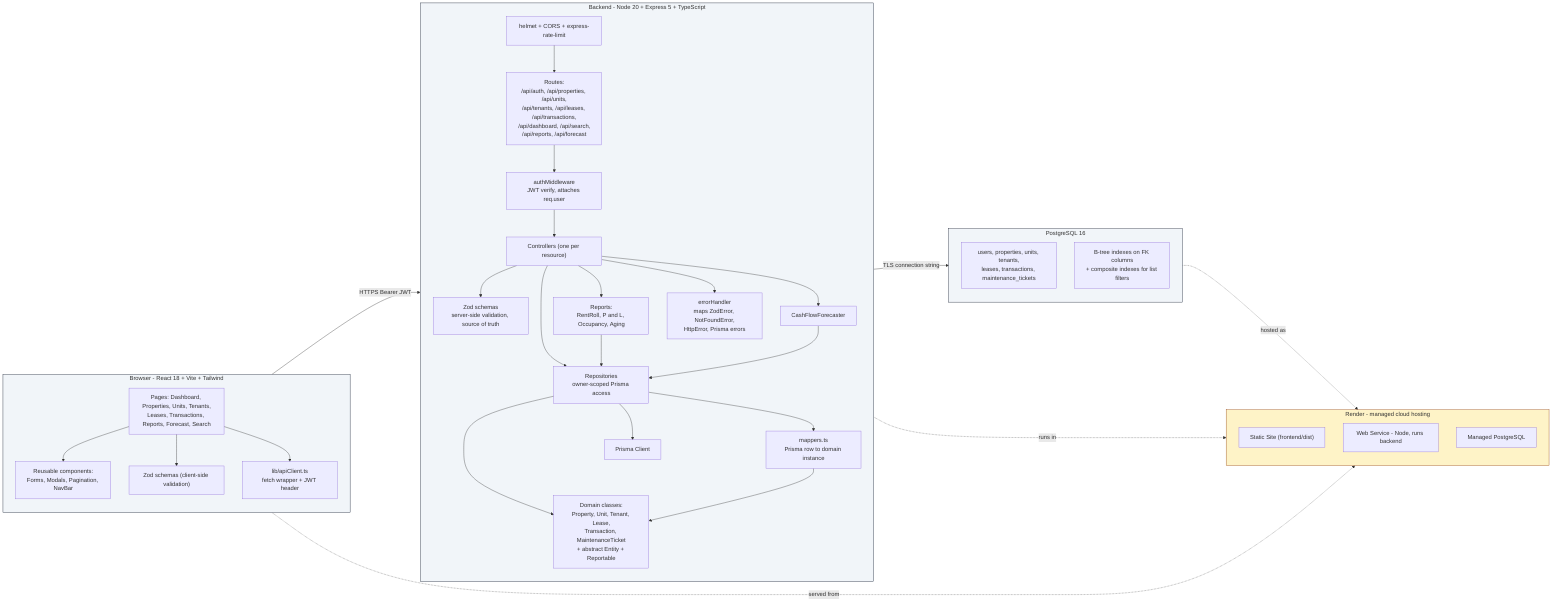
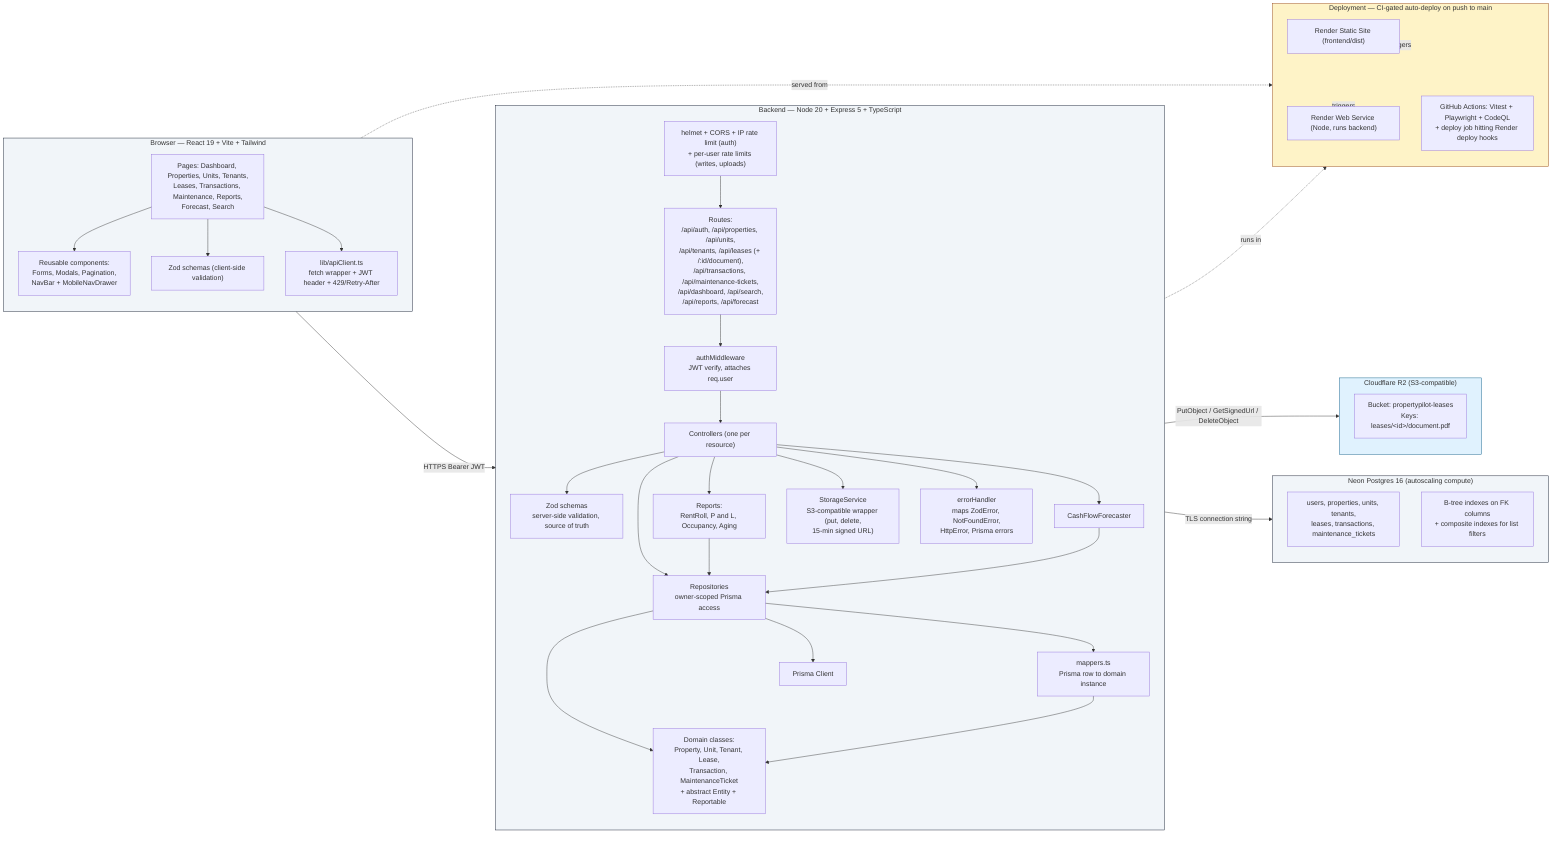
flowchart LR
-     %% PropertyPilot system architecture diagram (Task 3.C.1).
-     %% Three runtime tiers (browser, backend API, database) with the internal
-     %% backend layering and the Render hosting overlay.
+     %% PropertyPilot — system architecture.
+     %% Three runtime tiers (browser, backend API, database) plus the object
+     %% storage side-car and the deployed hosting overlay.

-     subgraph Browser["Browser - React 18 + Vite + Tailwind"]
+     subgraph Browser["Browser — React 19 + Vite + Tailwind"]
        direction TB
-         Pages["Pages: Dashboard, Properties, Units, Tenants,<br/>Leases, Transactions, Reports, Forecast, Search"]
-         Components["Reusable components:<br/>Forms, Modals, Pagination, NavBar"]
+         Pages["Pages: Dashboard, Properties, Units, Tenants,<br/>Leases, Transactions, Maintenance, Reports,<br/>Forecast, Search"]
+         Components["Reusable components:<br/>Forms, Modals, Pagination,<br/>NavBar + MobileNavDrawer"]
        ClientSchemas["Zod schemas (client-side validation)"]
-         ApiClient["lib/apiClient.ts<br/>fetch wrapper + JWT header"]
+         ApiClient["lib/apiClient.ts<br/>fetch wrapper + JWT header + 429/Retry-After"]
        Pages --> Components
        Pages --> ClientSchemas
        Pages --> ApiClient
    end

-     subgraph Backend["Backend - Node 20 + Express 5 + TypeScript"]
+     subgraph Backend["Backend — Node 20 + Express 5 + TypeScript"]
        direction TB
-         Helmet["helmet + CORS + express-rate-limit"]
-         Routes["Routes:<br/>/api/auth, /api/properties, /api/units,<br/>/api/tenants, /api/leases, /api/transactions,<br/>/api/dashboard, /api/search,<br/>/api/reports, /api/forecast"]
+         Guards["helmet + CORS + IP rate limit (auth)<br/>+ per-user rate limits (writes, uploads)"]
+         Routes["Routes:<br/>/api/auth, /api/properties, /api/units,<br/>/api/tenants, /api/leases (+ /:id/document),<br/>/api/transactions, /api/maintenance-tickets,<br/>/api/dashboard, /api/search,<br/>/api/reports, /api/forecast"]
        AuthMW["authMiddleware<br/>JWT verify, attaches req.user"]
        ServerSchemas["Zod schemas<br/>server-side validation, source of truth"]
        Controllers["Controllers (one per resource)"]
        Reports["Reports:<br/>RentRoll, P and L, Occupancy, Aging"]
        Forecast["CashFlowForecaster"]
        Repos["Repositories<br/>owner-scoped Prisma access"]
        Domain["Domain classes:<br/>Property, Unit, Tenant, Lease,<br/>Transaction, MaintenanceTicket<br/>+ abstract Entity + Reportable"]
        Mappers["mappers.ts<br/>Prisma row to domain instance"]
+         Storage["StorageService<br/>S3-compatible wrapper (put, delete,<br/>15-min signed URL)"]
        Errors["errorHandler<br/>maps ZodError, NotFoundError,<br/>HttpError, Prisma errors"]
        PrismaClient["Prisma Client"]

-         Helmet --> Routes
+         Guards --> Routes
        Routes --> AuthMW
        AuthMW --> Controllers
        Controllers --> ServerSchemas
        Controllers --> Repos
        Controllers --> Reports
        Controllers --> Forecast
+         Controllers --> Storage
        Reports --> Repos
        Forecast --> Repos
        Repos --> Mappers
        Repos --> Domain
        Repos --> PrismaClient
        Mappers --> Domain
        Controllers --> Errors
    end

-     subgraph Database["PostgreSQL 16"]
+     subgraph Database["Neon Postgres 16 (autoscaling compute)"]
        direction TB
        Tables["users, properties, units, tenants,<br/>leases, transactions, maintenance_tickets"]
        Indexes["B-tree indexes on FK columns<br/>+ composite indexes for list filters"]
    end

-     ApiClient -->|HTTPS Bearer JWT| Helmet
+     subgraph ObjectStorage["Cloudflare R2 (S3-compatible)"]
+         direction TB
+         Bucket["Bucket: propertypilot-leases<br/>Keys: leases/&lt;id&gt;/document.pdf"]
+     end
+ 
+     ApiClient -->|HTTPS Bearer JWT| Guards
    PrismaClient -->|TLS connection string| Tables
+     Storage -->|PutObject / GetSignedUrl / DeleteObject| Bucket

-     subgraph Render["Render - managed cloud hosting"]
+     subgraph Hosting["Deployment — CI-gated auto-deploy on push to main"]
        direction TB
-         StaticSite["Static Site (frontend/dist)"]
-         WebService["Web Service - Node, runs backend"]
-         ManagedPG["Managed PostgreSQL"]
+         StaticSite["Render Static Site (frontend/dist)"]
+         WebService["Render Web Service (Node, runs backend)"]
+         GHActions["GitHub Actions: Vitest + Playwright + CodeQL<br/>+ deploy job hitting Render deploy hooks"]
    end
    Browser -.served from.-> StaticSite
    Backend -.runs in.-> WebService
-     Database -.hosted as.-> ManagedPG
+     Hosting -.triggers.-> WebService
+     Hosting -.triggers.-> StaticSite

    classDef tier fill:#f1f5f9,stroke:#0f172a,stroke-width:1px;
+     classDef external fill:#e0f2fe,stroke:#075985,stroke-width:1px;
    classDef hosting fill:#fef3c7,stroke:#92400e,stroke-width:1px;
    class Browser,Backend,Database tier;
-     class Render hosting;
+     class ObjectStorage external;
+     class Hosting hosting;
